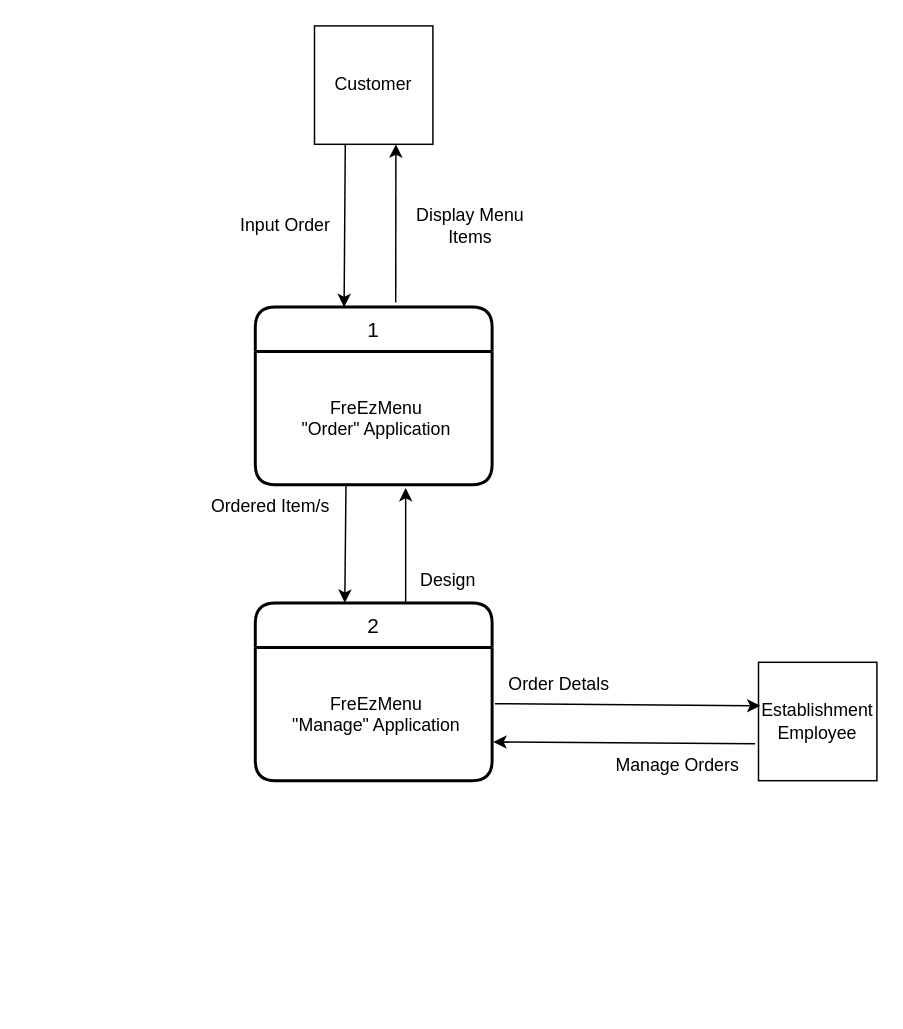
This is DOCS/Diagrams/Data Flow Diagram 1.drawio from alexxGmZ/MenuMaApp, a draw.io file, before an edit. Source tidied: cells renumbered, new cells numbered last; positions are measured from the earlier drawing's top-left corner, leaving out a move shared by most shapes. Both pictures are drawn from the tidied source at 148%, with x=0, y=0 at pixel (195, 25).
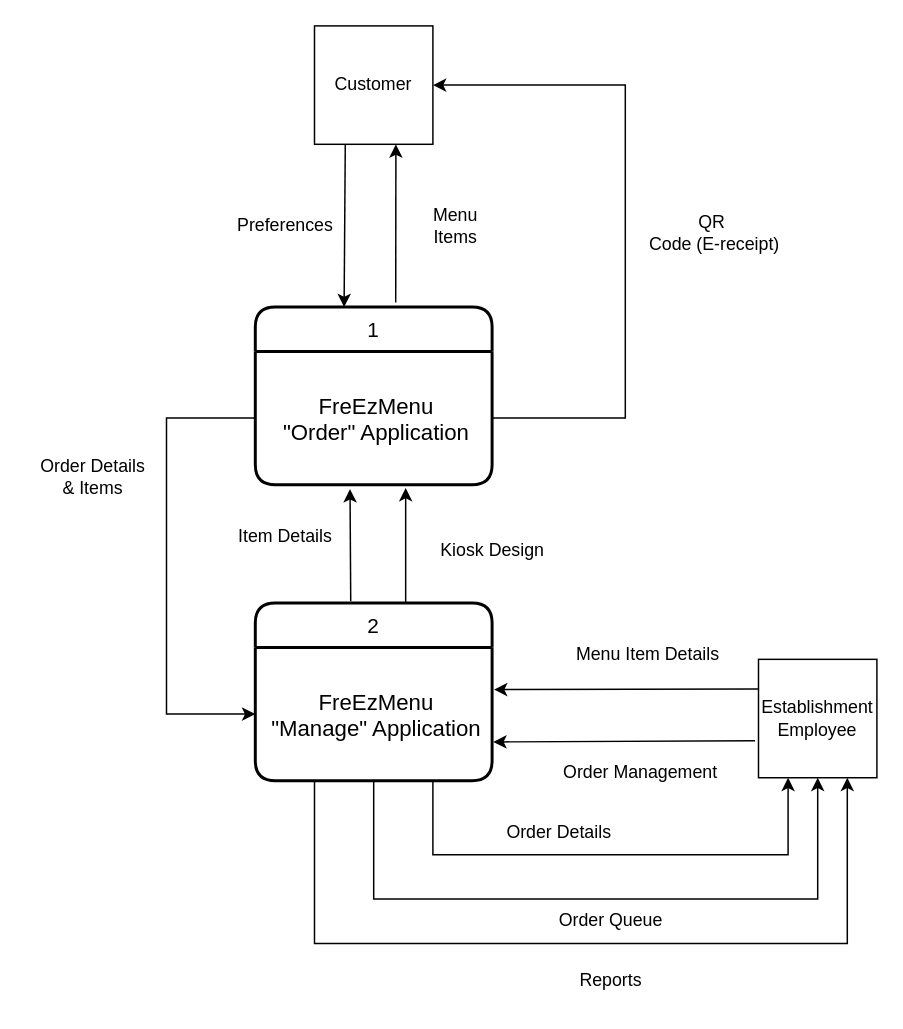
Above is the later version.

Commit message (it also covers changes not shown here):
diagram: update cfd, dfd, trad-erd, agile

Unchanged cells that the change refers to:
```xml
<mxCell id="2" value="Customer" style="whiteSpace=wrap;html=1;" parent="1" vertex="1">
  <mxGeometry x="80" width="80" height="80" as="geometry" />
</mxCell>
<mxCell id="4" value="1" style="swimlane;horizontal=1;startSize=30;rounded=1;fontSize=14;fontStyle=0;strokeWidth=2;shadow=0;dashed=0;align=center;" parent="1" vertex="1">
  <mxGeometry x="40" y="190" width="160" height="120" as="geometry" />
</mxCell>
<mxCell id="6" value="2" style="swimlane;horizontal=1;startSize=30;rounded=1;fontSize=14;fontStyle=0;strokeWidth=2;shadow=0;dashed=0;align=center;" parent="1" vertex="1">
  <mxGeometry x="40" y="390" width="160" height="120" as="geometry" />
</mxCell>
```

What changed in the source:
```diff
@@
+    <mxCell id="20" style="edgeStyle=none;rounded=0;html=1;exitX=0;exitY=0.25;exitDx=0;exitDy=0;entryX=1.008;entryY=0.316;entryDx=0;entryDy=0;entryPerimeter=0;" parent="1" edge="1" source="3" target="7">
+      <mxGeometry relative="1" as="geometry" />
+    </mxCell>
     <mxCell id="3" value="Establishment&lt;br&gt;Employee" style="whiteSpace=wrap;html=1;" parent="1" vertex="1">
-      <mxGeometry x="380" y="430" width="80" height="80" as="geometry" />
+      <mxGeometry x="380" y="428" width="80" height="80" as="geometry" />
     </mxCell>
@@
-    <mxCell id="5" value="FreEzMenu&#10;&quot;Order&quot; Application" style="align=center;strokeColor=none;fillColor=none;spacingLeft=4;fontSize=12;verticalAlign=middle;" parent="4" vertex="1">
+    <mxCell id="5" value="FreEzMenu&#10;&quot;Order&quot; Application" style="align=center;strokeColor=none;fillColor=none;spacingLeft=4;fontSize=15;verticalAlign=middle;" parent="4" vertex="1">
       <mxGeometry y="30" width="160" height="90" as="geometry" />
     </mxCell>
@@
-    <mxCell id="7" value="FreEzMenu&#10;&quot;Manage&quot; Application" style="align=center;strokeColor=none;fillColor=none;spacingLeft=4;fontSize=12;verticalAlign=middle;" parent="6" vertex="1">
+    <mxCell id="7" value="FreEzMenu&#10;&quot;Manage&quot; Application" style="align=center;strokeColor=none;fillColor=none;spacingLeft=4;fontSize=15;verticalAlign=middle;" parent="6" vertex="1">
       <mxGeometry y="30" width="160" height="90" as="geometry" />
     </mxCell>
@@
-    <mxCell id="9" style="endArrow=classic;html=1;entryX=0.378;entryY=-0.002;entryDx=0;entryDy=0;entryPerimeter=0;exitX=0.383;exitY=0.993;exitDx=0;exitDy=0;exitPerimeter=0;" parent="1" edge="1" source="5" target="6">
-      <mxGeometry relative="1" as="geometry" />
+    <mxCell id="9" style="endArrow=classic;html=1;exitX=0;exitY=0.5;exitDx=0;exitDy=0;entryX=0;entryY=0.5;entryDx=0;entryDy=0;rounded=0;" parent="1" edge="1" source="5" target="7">
+      <mxGeometry relative="1" as="geometry">
+        <Array as="points">
+          <mxPoint x="-20" y="265" />
+          <mxPoint x="-20" y="465" />
+        </Array>
+      </mxGeometry>
     </mxCell>
-    <mxCell id="10" style="endArrow=classic;html=1;exitX=1.012;exitY=0.422;exitDx=0;exitDy=0;exitPerimeter=0;entryX=0.016;entryY=0.368;entryDx=0;entryDy=0;entryPerimeter=0;" parent="1" edge="1" source="7" target="3">
-      <mxGeometry relative="1" as="geometry" />
+    <mxCell id="10" style="endArrow=classic;html=1;exitX=0.75;exitY=1;exitDx=0;exitDy=0;entryX=0.25;entryY=1;entryDx=0;entryDy=0;rounded=0;" parent="1" edge="1" source="7" target="3">
+      <mxGeometry relative="1" as="geometry">
+        <Array as="points">
+          <mxPoint x="160" y="560" />
+          <mxPoint x="400" y="560" />
+        </Array>
+      </mxGeometry>
     </mxCell>
@@
-    <mxCell id="12" value="Input Order" style="text;html=1;align=center;verticalAlign=middle;strokeColor=none;fillColor=none;" parent="1" vertex="1">
-      <mxGeometry x="20" y="120" width="80" height="30" as="geometry" />
+    <mxCell id="12" value="Preferences" style="text;html=1;align=center;verticalAlign=middle;strokeColor=none;fillColor=none;" parent="1" vertex="1">
+      <mxGeometry x="15" y="120" width="90" height="30" as="geometry" />
     </mxCell>
-    <mxCell id="13" value="Display Menu&lt;br&gt;Items" style="text;html=1;align=center;verticalAlign=middle;strokeColor=none;fillColor=none;" parent="1" vertex="1">
-      <mxGeometry x="135" y="115" width="100" height="40" as="geometry" />
+    <mxCell id="13" value="Menu&lt;br&gt;Items" style="text;html=1;align=center;verticalAlign=middle;strokeColor=none;fillColor=none;" parent="1" vertex="1">
+      <mxGeometry x="150" y="115" width="50" height="40" as="geometry" />
     </mxCell>
-    <mxCell id="14" value="Ordered Item/s" style="text;html=1;align=center;verticalAlign=middle;strokeColor=none;fillColor=none;" parent="1" vertex="1">
-      <mxGeometry y="310" width="100" height="30" as="geometry" />
+    <mxCell id="14" value="Order Details&lt;br&gt;&amp;amp; Items" style="text;html=1;align=center;verticalAlign=middle;strokeColor=none;fillColor=none;" parent="1" vertex="1">
+      <mxGeometry x="-115" y="285" width="90" height="40" as="geometry" />
     </mxCell>
-    <mxCell id="15" value="Design" style="text;html=1;align=center;verticalAlign=middle;strokeColor=none;fillColor=none;" parent="1" vertex="1">
-      <mxGeometry x="140" y="360" width="60" height="30" as="geometry" />
+    <mxCell id="15" value="Kiosk Design" style="text;html=1;align=center;verticalAlign=middle;strokeColor=none;fillColor=none;" parent="1" vertex="1">
+      <mxGeometry x="155" y="340" width="90" height="30" as="geometry" />
     </mxCell>
-    <mxCell id="16" value="Order Detals" style="text;html=1;align=center;verticalAlign=middle;strokeColor=none;fillColor=none;" parent="1" vertex="1">
-      <mxGeometry x="200" y="430" width="90" height="30" as="geometry" />
+    <mxCell id="16" value="Order Details" style="text;html=1;align=center;verticalAlign=middle;strokeColor=none;fillColor=none;" parent="1" vertex="1">
+      <mxGeometry x="200" y="530" width="90" height="30" as="geometry" />
     </mxCell>
-    <mxCell id="17" value="Manage Orders" style="text;html=1;align=center;verticalAlign=middle;strokeColor=none;fillColor=none;" parent="1" vertex="1">
-      <mxGeometry x="270" y="485" width="110" height="30" as="geometry" />
+    <mxCell id="17" value="Order Management" style="text;html=1;align=center;verticalAlign=middle;strokeColor=none;fillColor=none;" parent="1" vertex="1">
+      <mxGeometry x="235" y="490" width="130" height="30" as="geometry" />
     </mxCell>
@@
+    <mxCell id="21" style="edgeStyle=none;html=1;exitX=0.5;exitY=1;exitDx=0;exitDy=0;rounded=0;entryX=0.5;entryY=1;entryDx=0;entryDy=0;" parent="1" edge="1" source="7" target="3">
+      <mxGeometry relative="1" as="geometry">
+        <Array as="points">
+          <mxPoint x="120" y="590" />
+          <mxPoint x="420" y="590" />
+        </Array>
+      </mxGeometry>
+    </mxCell>
+    <mxCell id="22" value="Order Queue" style="text;html=1;align=center;verticalAlign=middle;strokeColor=none;fillColor=none;" parent="1" vertex="1">
+      <mxGeometry x="235" y="590" width="90" height="30" as="geometry" />
+    </mxCell>
+    <mxCell id="23" style="edgeStyle=none;rounded=0;html=1;entryX=0.75;entryY=1;entryDx=0;entryDy=0;exitX=0.25;exitY=1;exitDx=0;exitDy=0;" parent="1" edge="1" source="7" target="3">
+      <mxGeometry relative="1" as="geometry">
+        <Array as="points">
+          <mxPoint x="80" y="620" />
+          <mxPoint x="440" y="620" />
+        </Array>
+      </mxGeometry>
+    </mxCell>
+    <mxCell id="24" value="Reports" style="text;html=1;align=center;verticalAlign=middle;strokeColor=none;fillColor=none;" parent="1" vertex="1">
+      <mxGeometry x="245" y="630" width="70" height="30" as="geometry" />
+    </mxCell>
+    <mxCell id="25" style="endArrow=classic;html=1;entryX=0.4;entryY=1.033;entryDx=0;entryDy=0;entryPerimeter=0;exitX=0.403;exitY=-0.01;exitDx=0;exitDy=0;exitPerimeter=0;" parent="1" edge="1" source="6" target="5">
+      <mxGeometry relative="1" as="geometry" />
+    </mxCell>
+    <mxCell id="26" value="Item Details" style="text;html=1;align=center;verticalAlign=middle;strokeColor=none;fillColor=none;" parent="1" vertex="1">
+      <mxGeometry x="15" y="330" width="90" height="30" as="geometry" />
+    </mxCell>
+    <mxCell id="27" style="edgeStyle=none;rounded=0;html=1;exitX=1;exitY=0.5;exitDx=0;exitDy=0;entryX=1;entryY=0.5;entryDx=0;entryDy=0;" parent="1" edge="1" source="5" target="2">
+      <mxGeometry relative="1" as="geometry">
+        <Array as="points">
+          <mxPoint x="290" y="265" />
+          <mxPoint x="290" y="40" />
+        </Array>
+      </mxGeometry>
+    </mxCell>
+    <mxCell id="28" value="QR&amp;nbsp;&lt;br&gt;Code (E-receipt)" style="text;html=1;align=center;verticalAlign=middle;strokeColor=none;fillColor=none;" parent="1" vertex="1">
+      <mxGeometry x="295" y="120" width="110" height="40" as="geometry" />
+    </mxCell>
+    <mxCell id="29" value="Menu Item Details" style="text;html=1;align=center;verticalAlign=middle;strokeColor=none;fillColor=none;" parent="1" vertex="1">
+      <mxGeometry x="245" y="410" width="120" height="30" as="geometry" />
+    </mxCell>
```
